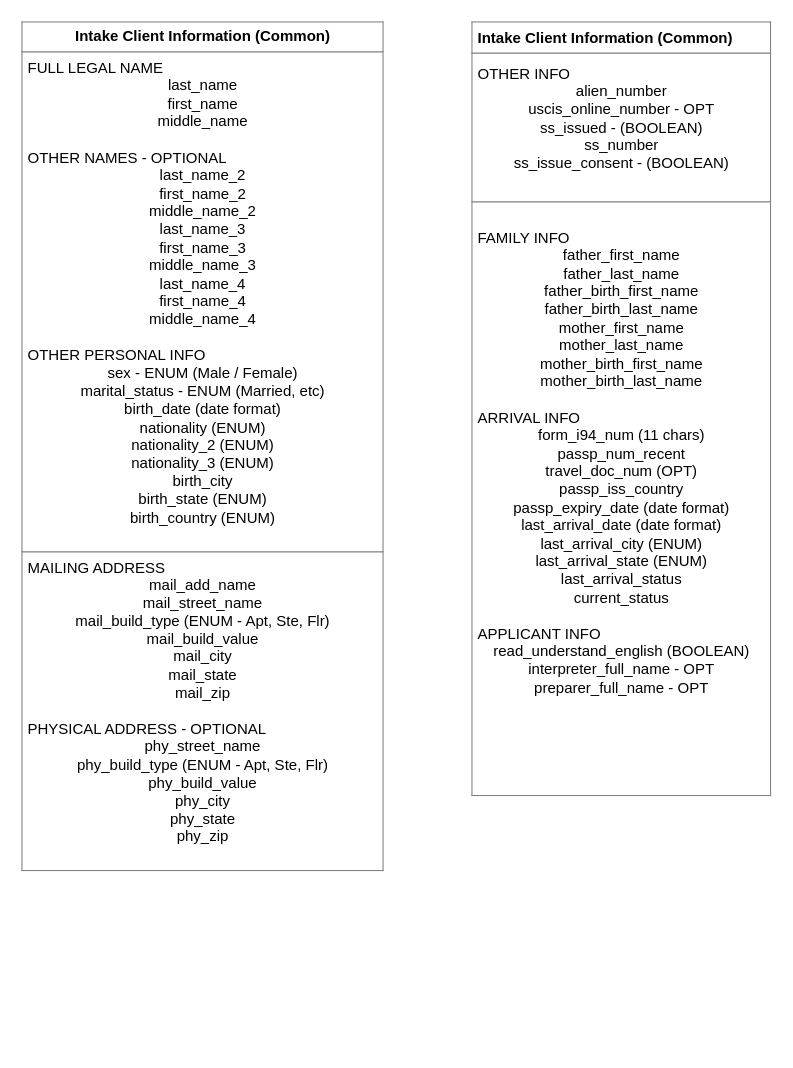
The draw.io diagram page "Client Info Common" (6 of 7) of Architecture.drawio in Nabeel-etx/law-draw-io, before the edit. Source tidied: cells renumbered, new cells numbered last; positions are measured from the earlier drawing's top-left corner, leaving out a move shared by most shapes. Both pictures are drawn from the tidied source at 125%, with x=0, y=0 at pixel (21, 21).
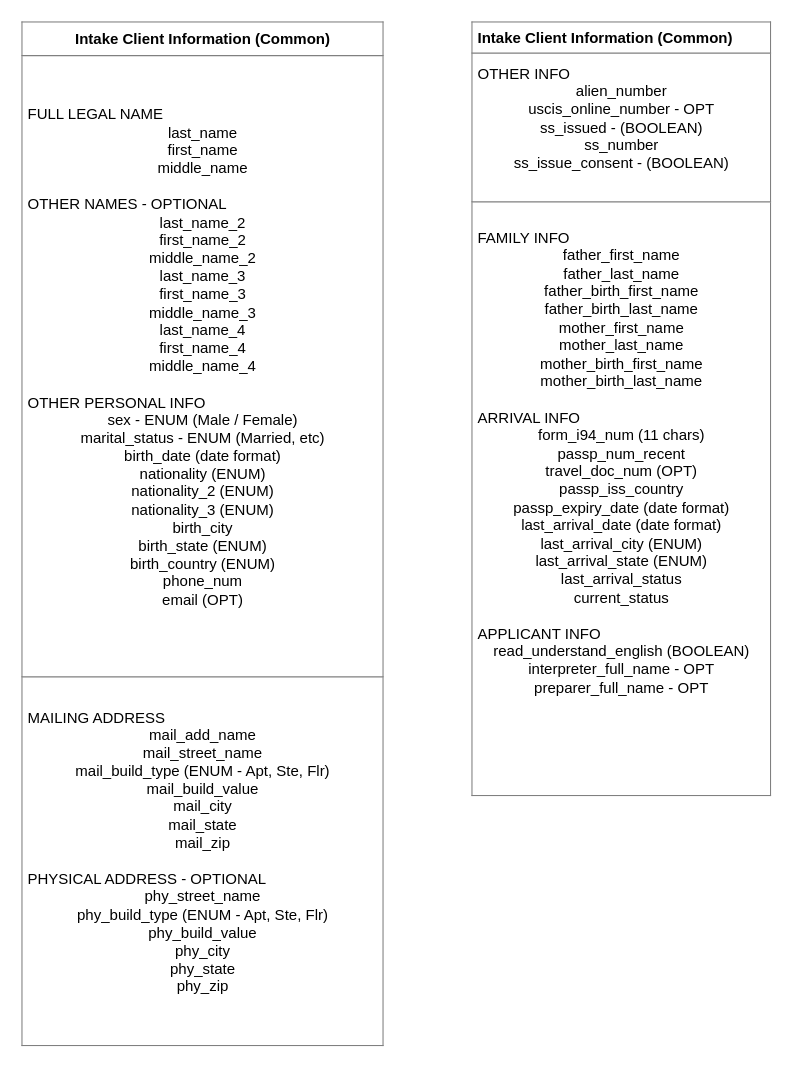
After the change.

What changed in the source:
```diff
@@
 <mxGraphModel>
   <root>
     <mxCell id="0" />
     <mxCell id="1" parent="0" />
-    <mxCell id="2" value="&lt;table border=&quot;1&quot; width=&quot;100%&quot; height=&quot;100%&quot; cellpadding=&quot;4&quot; style=&quot;width:100%;height:100%;border-collapse:collapse;&quot;&gt;&lt;tbody&gt;&lt;tr&gt;&lt;th align=&quot;center&quot;&gt;&lt;b&gt;Intake Client Information (Common)&lt;/b&gt;&lt;/th&gt;&lt;/tr&gt;&lt;tr&gt;&lt;td&gt;&lt;div style=&quot;&quot;&gt;&lt;span style=&quot;background-color: transparent; color: light-dark(rgb(0, 0, 0), rgb(255, 255, 255));&quot;&gt;FULL LEGAL NAME&lt;/span&gt;&lt;/div&gt;&lt;div style=&quot;text-align: center;&quot;&gt;&lt;span style=&quot;background-color: transparent; color: light-dark(rgb(0, 0, 0), rgb(255, 255, 255));&quot;&gt;last_name&lt;/span&gt;&lt;/div&gt;&lt;div style=&quot;text-align: center;&quot;&gt;&lt;span style=&quot;background-color: transparent; color: light-dark(rgb(0, 0, 0), rgb(255, 255, 255));&quot;&gt;first_name&lt;/span&gt;&lt;/div&gt;&lt;div style=&quot;text-align: center;&quot;&gt;&lt;span style=&quot;background-color: transparent; color: light-dark(rgb(0, 0, 0), rgb(255, 255, 255));&quot;&gt;middle_name&lt;/span&gt;&lt;/div&gt;&lt;div style=&quot;text-align: center;&quot;&gt;&lt;br&gt;&lt;/div&gt;&lt;div style=&quot;&quot;&gt;&lt;span style=&quot;background-color: transparent; color: light-dark(rgb(0, 0, 0), rgb(255, 255, 255));&quot;&gt;OTHER NAMES - OPTIONAL&lt;/span&gt;&lt;/div&gt;&lt;div style=&quot;text-align: center;&quot;&gt;&lt;span style=&quot;background-color: transparent; color: light-dark(rgb(0, 0, 0), rgb(255, 255, 255));&quot;&gt;last_name_2&lt;/span&gt;&lt;/div&gt;&lt;div style=&quot;text-align: center;&quot;&gt;&lt;span style=&quot;background-color: transparent; color: light-dark(rgb(0, 0, 0), rgb(255, 255, 255));&quot;&gt;first_name_2&lt;/span&gt;&lt;/div&gt;&lt;div style=&quot;text-align: center;&quot;&gt;&lt;span style=&quot;background-color: transparent; color: light-dark(rgb(0, 0, 0), rgb(255, 255, 255));&quot;&gt;middle_name_2&lt;/span&gt;&lt;/div&gt;&lt;div style=&quot;text-align: center;&quot;&gt;&lt;span style=&quot;background-color: transparent; color: light-dark(rgb(0, 0, 0), rgb(255, 255, 255));&quot;&gt;last_name_3&lt;/span&gt;&lt;/div&gt;&lt;div style=&quot;text-align: center;&quot;&gt;&lt;span style=&quot;background-color: transparent; color: light-dark(rgb(0, 0, 0), rgb(255, 255, 255));&quot;&gt;first_name_3&lt;/span&gt;&lt;/div&gt;&lt;div style=&quot;text-align: center;&quot;&gt;&lt;span style=&quot;background-color: transparent; color: light-dark(rgb(0, 0, 0), rgb(255, 255, 255));&quot;&gt;middle_name_3&lt;/span&gt;&lt;/div&gt;&lt;div style=&quot;text-align: center;&quot;&gt;&lt;span style=&quot;background-color: transparent; color: light-dark(rgb(0, 0, 0), rgb(255, 255, 255));&quot;&gt;last_name_4&lt;/span&gt;&lt;/div&gt;&lt;div style=&quot;text-align: center;&quot;&gt;&lt;span style=&quot;background-color: transparent; color: light-dark(rgb(0, 0, 0), rgb(255, 255, 255));&quot;&gt;first_name_4&lt;/span&gt;&lt;/div&gt;&lt;div style=&quot;text-align: center;&quot;&gt;&lt;span style=&quot;background-color: transparent; color: light-dark(rgb(0, 0, 0), rgb(255, 255, 255));&quot;&gt;middle_name_4&lt;/span&gt;&lt;/div&gt;&lt;div style=&quot;text-align: center;&quot;&gt;&lt;span style=&quot;background-color: transparent; color: light-dark(rgb(0, 0, 0), rgb(255, 255, 255));&quot;&gt;&lt;br&gt;&lt;/span&gt;&lt;/div&gt;&lt;div style=&quot;&quot;&gt;&lt;span style=&quot;background-color: transparent; color: light-dark(rgb(0, 0, 0), rgb(255, 255, 255));&quot;&gt;OTHER PERSONAL INFO&lt;/span&gt;&lt;/div&gt;&lt;div style=&quot;&quot;&gt;&lt;div style=&quot;text-align: center;&quot;&gt;sex - ENUM (Male / Female)&lt;/div&gt;&lt;div style=&quot;text-align: center;&quot;&gt;marital_status - ENUM (Married, etc)&lt;/div&gt;&lt;div style=&quot;text-align: center;&quot;&gt;birth_date (date format)&lt;/div&gt;&lt;div style=&quot;text-align: center;&quot;&gt;nationality (ENUM)&lt;/div&gt;&lt;div style=&quot;text-align: center;&quot;&gt;nationality_2 (ENUM)&lt;/div&gt;&lt;div style=&quot;text-align: center;&quot;&gt;nationality_3 (ENUM)&lt;/div&gt;&lt;div style=&quot;text-align: center;&quot;&gt;&lt;span style=&quot;background-color: transparent; color: light-dark(rgb(0, 0, 0), rgb(255, 255, 255));&quot;&gt;birth_city&lt;/span&gt;&lt;/div&gt;&lt;div style=&quot;text-align: center;&quot;&gt;birth_state (ENUM)&lt;/div&gt;&lt;div style=&quot;text-align: center;&quot;&gt;birth_country (ENUM)&lt;/div&gt;&lt;div style=&quot;text-align: center;&quot;&gt;&lt;br&gt;&lt;/div&gt;&lt;/div&gt;&lt;/td&gt;&lt;/tr&gt;&lt;tr&gt;&lt;td&gt;&lt;div style=&quot;&quot;&gt;&lt;span style=&quot;background-color: transparent; color: light-dark(rgb(0, 0, 0), rgb(255, 255, 255));&quot;&gt;MAILING ADDRESS&lt;/span&gt;&lt;/div&gt;&lt;div style=&quot;text-align: center;&quot;&gt;&lt;span style=&quot;background-color: transparent; color: light-dark(rgb(0, 0, 0), rgb(255, 255, 255));&quot;&gt;mail_add_name&lt;/span&gt;&lt;/div&gt;&lt;div style=&quot;text-align: center;&quot;&gt;&lt;span style=&quot;background-color: transparent; color: light-dark(rgb(0, 0, 0), rgb(255, 255, 255));&quot;&gt;mail_street_name&lt;/span&gt;&lt;/div&gt;&lt;div style=&quot;text-align: center;&quot;&gt;&lt;span style=&quot;background-color: transparent; color: light-dark(rgb(0, 0, 0), rgb(255, 255, 255));&quot;&gt;mail_build_type (ENUM - Apt, Ste, Flr)&lt;/span&gt;&lt;/div&gt;&lt;div style=&quot;text-align: center;&quot;&gt;&lt;span style=&quot;background-color: transparent; color: light-dark(rgb(0, 0, 0), rgb(255, 255, 255));&quot;&gt;mail_build_value&lt;/span&gt;&lt;/div&gt;&lt;div style=&quot;text-align: center;&quot;&gt;&lt;span style=&quot;background-color: transparent; color: light-dark(rgb(0, 0, 0), rgb(255, 255, 255));&quot;&gt;mail_city&lt;/span&gt;&lt;/div&gt;&lt;div style=&quot;text-align: center;&quot;&gt;&lt;span style=&quot;background-color: transparent; color: light-dark(rgb(0, 0, 0), rgb(255, 255, 255));&quot;&gt;mail_state&lt;/span&gt;&lt;/div&gt;&lt;div style=&quot;text-align: center;&quot;&gt;&lt;span style=&quot;background-color: transparent; color: light-dark(rgb(0, 0, 0), rgb(255, 255, 255));&quot;&gt;mail_zip&lt;/span&gt;&lt;/div&gt;&lt;br&gt;&lt;div style=&quot;&quot;&gt;&lt;span style=&quot;background-color: transparent; color: light-dark(rgb(0, 0, 0), rgb(255, 255, 255));&quot;&gt;PHYSICAL ADDRESS - OPTIONAL&lt;/span&gt;&lt;/div&gt;&lt;div style=&quot;text-align: center;&quot;&gt;&lt;span style=&quot;background-color: transparent; color: light-dark(rgb(0, 0, 0), rgb(255, 255, 255));&quot;&gt;phy_street_name&lt;/span&gt;&lt;/div&gt;&lt;div style=&quot;text-align: center;&quot;&gt;&lt;span style=&quot;background-color: transparent; color: light-dark(rgb(0, 0, 0), rgb(255, 255, 255));&quot;&gt;phy_build_type (ENUM - Apt, Ste, Flr)&lt;/span&gt;&lt;/div&gt;&lt;div style=&quot;text-align: center;&quot;&gt;&lt;span style=&quot;background-color: transparent; color: light-dark(rgb(0, 0, 0), rgb(255, 255, 255));&quot;&gt;phy_build_value&lt;/span&gt;&lt;/div&gt;&lt;div style=&quot;text-align: center;&quot;&gt;&lt;span style=&quot;background-color: transparent; color: light-dark(rgb(0, 0, 0), rgb(255, 255, 255));&quot;&gt;phy_city&lt;/span&gt;&lt;/div&gt;&lt;div style=&quot;text-align: center;&quot;&gt;&lt;span style=&quot;background-color: transparent; color: light-dark(rgb(0, 0, 0), rgb(255, 255, 255));&quot;&gt;phy_state&lt;/span&gt;&lt;/div&gt;&lt;div style=&quot;text-align: center;&quot;&gt;&lt;span style=&quot;background-color: transparent; color: light-dark(rgb(0, 0, 0), rgb(255, 255, 255));&quot;&gt;phy_zip&lt;/span&gt;&lt;/div&gt;&lt;br&gt;&lt;/td&gt;&lt;/tr&gt;&lt;/tbody&gt;&lt;/table&gt;" style="text;html=1;whiteSpace=wrap;strokeColor=none;fillColor=none;overflow=fill;" parent="1" vertex="1">
-      <mxGeometry width="290" height="680" as="geometry" />
+    <mxCell id="2" value="&lt;table border=&quot;1&quot; width=&quot;100%&quot; height=&quot;100%&quot; cellpadding=&quot;4&quot; style=&quot;width:100%;height:100%;border-collapse:collapse;&quot;&gt;&lt;tbody&gt;&lt;tr&gt;&lt;th align=&quot;center&quot;&gt;&lt;b&gt;Intake Client Information (Common)&lt;/b&gt;&lt;/th&gt;&lt;/tr&gt;&lt;tr&gt;&lt;td&gt;&lt;div style=&quot;&quot;&gt;&lt;span style=&quot;background-color: transparent; color: light-dark(rgb(0, 0, 0), rgb(255, 255, 255));&quot;&gt;FULL LEGAL NAME&lt;/span&gt;&lt;/div&gt;&lt;div style=&quot;text-align: center;&quot;&gt;&lt;span style=&quot;background-color: transparent; color: light-dark(rgb(0, 0, 0), rgb(255, 255, 255));&quot;&gt;last_name&lt;/span&gt;&lt;/div&gt;&lt;div style=&quot;text-align: center;&quot;&gt;&lt;span style=&quot;background-color: transparent; color: light-dark(rgb(0, 0, 0), rgb(255, 255, 255));&quot;&gt;first_name&lt;/span&gt;&lt;/div&gt;&lt;div style=&quot;text-align: center;&quot;&gt;&lt;span style=&quot;background-color: transparent; color: light-dark(rgb(0, 0, 0), rgb(255, 255, 255));&quot;&gt;middle_name&lt;/span&gt;&lt;/div&gt;&lt;div style=&quot;text-align: center;&quot;&gt;&lt;br&gt;&lt;/div&gt;&lt;div style=&quot;&quot;&gt;&lt;span style=&quot;background-color: transparent; color: light-dark(rgb(0, 0, 0), rgb(255, 255, 255));&quot;&gt;OTHER NAMES - OPTIONAL&lt;/span&gt;&lt;/div&gt;&lt;div style=&quot;text-align: center;&quot;&gt;&lt;span style=&quot;background-color: transparent; color: light-dark(rgb(0, 0, 0), rgb(255, 255, 255));&quot;&gt;last_name_2&lt;/span&gt;&lt;/div&gt;&lt;div style=&quot;text-align: center;&quot;&gt;&lt;span style=&quot;background-color: transparent; color: light-dark(rgb(0, 0, 0), rgb(255, 255, 255));&quot;&gt;first_name_2&lt;/span&gt;&lt;/div&gt;&lt;div style=&quot;text-align: center;&quot;&gt;&lt;span style=&quot;background-color: transparent; color: light-dark(rgb(0, 0, 0), rgb(255, 255, 255));&quot;&gt;middle_name_2&lt;/span&gt;&lt;/div&gt;&lt;div style=&quot;text-align: center;&quot;&gt;&lt;span style=&quot;background-color: transparent; color: light-dark(rgb(0, 0, 0), rgb(255, 255, 255));&quot;&gt;last_name_3&lt;/span&gt;&lt;/div&gt;&lt;div style=&quot;text-align: center;&quot;&gt;&lt;span style=&quot;background-color: transparent; color: light-dark(rgb(0, 0, 0), rgb(255, 255, 255));&quot;&gt;first_name_3&lt;/span&gt;&lt;/div&gt;&lt;div style=&quot;text-align: center;&quot;&gt;&lt;span style=&quot;background-color: transparent; color: light-dark(rgb(0, 0, 0), rgb(255, 255, 255));&quot;&gt;middle_name_3&lt;/span&gt;&lt;/div&gt;&lt;div style=&quot;text-align: center;&quot;&gt;&lt;span style=&quot;background-color: transparent; color: light-dark(rgb(0, 0, 0), rgb(255, 255, 255));&quot;&gt;last_name_4&lt;/span&gt;&lt;/div&gt;&lt;div style=&quot;text-align: center;&quot;&gt;&lt;span style=&quot;background-color: transparent; color: light-dark(rgb(0, 0, 0), rgb(255, 255, 255));&quot;&gt;first_name_4&lt;/span&gt;&lt;/div&gt;&lt;div style=&quot;text-align: center;&quot;&gt;&lt;span style=&quot;background-color: transparent; color: light-dark(rgb(0, 0, 0), rgb(255, 255, 255));&quot;&gt;middle_name_4&lt;/span&gt;&lt;/div&gt;&lt;div style=&quot;text-align: center;&quot;&gt;&lt;span style=&quot;background-color: transparent; color: light-dark(rgb(0, 0, 0), rgb(255, 255, 255));&quot;&gt;&lt;br&gt;&lt;/span&gt;&lt;/div&gt;&lt;div style=&quot;&quot;&gt;&lt;span style=&quot;background-color: transparent; color: light-dark(rgb(0, 0, 0), rgb(255, 255, 255));&quot;&gt;OTHER PERSONAL INFO&lt;/span&gt;&lt;/div&gt;&lt;div style=&quot;&quot;&gt;&lt;div style=&quot;text-align: center;&quot;&gt;sex - ENUM (Male / Female)&lt;/div&gt;&lt;div style=&quot;text-align: center;&quot;&gt;marital_status - ENUM (Married, etc)&lt;/div&gt;&lt;div style=&quot;text-align: center;&quot;&gt;birth_date (date format)&lt;/div&gt;&lt;div style=&quot;text-align: center;&quot;&gt;nationality (ENUM)&lt;/div&gt;&lt;div style=&quot;text-align: center;&quot;&gt;nationality_2 (ENUM)&lt;/div&gt;&lt;div style=&quot;text-align: center;&quot;&gt;nationality_3 (ENUM)&lt;/div&gt;&lt;div style=&quot;text-align: center;&quot;&gt;&lt;span style=&quot;background-color: transparent; color: light-dark(rgb(0, 0, 0), rgb(255, 255, 255));&quot;&gt;birth_city&lt;/span&gt;&lt;/div&gt;&lt;div style=&quot;text-align: center;&quot;&gt;birth_state (ENUM)&lt;/div&gt;&lt;div style=&quot;text-align: center;&quot;&gt;birth_country (ENUM)&lt;/div&gt;&lt;div style=&quot;text-align: center;&quot;&gt;phone_num&lt;/div&gt;&lt;div style=&quot;text-align: center;&quot;&gt;email (OPT)&lt;/div&gt;&lt;div style=&quot;text-align: center;&quot;&gt;&lt;br&gt;&lt;/div&gt;&lt;/div&gt;&lt;/td&gt;&lt;/tr&gt;&lt;tr&gt;&lt;td&gt;&lt;div style=&quot;&quot;&gt;&lt;span style=&quot;background-color: transparent; color: light-dark(rgb(0, 0, 0), rgb(255, 255, 255));&quot;&gt;MAILING ADDRESS&lt;/span&gt;&lt;/div&gt;&lt;div style=&quot;text-align: center;&quot;&gt;&lt;span style=&quot;background-color: transparent; color: light-dark(rgb(0, 0, 0), rgb(255, 255, 255));&quot;&gt;mail_add_name&lt;/span&gt;&lt;/div&gt;&lt;div style=&quot;text-align: center;&quot;&gt;&lt;span style=&quot;background-color: transparent; color: light-dark(rgb(0, 0, 0), rgb(255, 255, 255));&quot;&gt;mail_street_name&lt;/span&gt;&lt;/div&gt;&lt;div style=&quot;text-align: center;&quot;&gt;&lt;span style=&quot;background-color: transparent; color: light-dark(rgb(0, 0, 0), rgb(255, 255, 255));&quot;&gt;mail_build_type (ENUM - Apt, Ste, Flr)&lt;/span&gt;&lt;/div&gt;&lt;div style=&quot;text-align: center;&quot;&gt;&lt;span style=&quot;background-color: transparent; color: light-dark(rgb(0, 0, 0), rgb(255, 255, 255));&quot;&gt;mail_build_value&lt;/span&gt;&lt;/div&gt;&lt;div style=&quot;text-align: center;&quot;&gt;&lt;span style=&quot;background-color: transparent; color: light-dark(rgb(0, 0, 0), rgb(255, 255, 255));&quot;&gt;mail_city&lt;/span&gt;&lt;/div&gt;&lt;div style=&quot;text-align: center;&quot;&gt;&lt;span style=&quot;background-color: transparent; color: light-dark(rgb(0, 0, 0), rgb(255, 255, 255));&quot;&gt;mail_state&lt;/span&gt;&lt;/div&gt;&lt;div style=&quot;text-align: center;&quot;&gt;&lt;span style=&quot;background-color: transparent; color: light-dark(rgb(0, 0, 0), rgb(255, 255, 255));&quot;&gt;mail_zip&lt;/span&gt;&lt;/div&gt;&lt;br&gt;&lt;div style=&quot;&quot;&gt;&lt;span style=&quot;background-color: transparent; color: light-dark(rgb(0, 0, 0), rgb(255, 255, 255));&quot;&gt;PHYSICAL ADDRESS - OPTIONAL&lt;/span&gt;&lt;/div&gt;&lt;div style=&quot;text-align: center;&quot;&gt;&lt;span style=&quot;background-color: transparent; color: light-dark(rgb(0, 0, 0), rgb(255, 255, 255));&quot;&gt;phy_street_name&lt;/span&gt;&lt;/div&gt;&lt;div style=&quot;text-align: center;&quot;&gt;&lt;span style=&quot;background-color: transparent; color: light-dark(rgb(0, 0, 0), rgb(255, 255, 255));&quot;&gt;phy_build_type (ENUM - Apt, Ste, Flr)&lt;/span&gt;&lt;/div&gt;&lt;div style=&quot;text-align: center;&quot;&gt;&lt;span style=&quot;background-color: transparent; color: light-dark(rgb(0, 0, 0), rgb(255, 255, 255));&quot;&gt;phy_build_value&lt;/span&gt;&lt;/div&gt;&lt;div style=&quot;text-align: center;&quot;&gt;&lt;span style=&quot;background-color: transparent; color: light-dark(rgb(0, 0, 0), rgb(255, 255, 255));&quot;&gt;phy_city&lt;/span&gt;&lt;/div&gt;&lt;div style=&quot;text-align: center;&quot;&gt;&lt;span style=&quot;background-color: transparent; color: light-dark(rgb(0, 0, 0), rgb(255, 255, 255));&quot;&gt;phy_state&lt;/span&gt;&lt;/div&gt;&lt;div style=&quot;text-align: center;&quot;&gt;&lt;span style=&quot;background-color: transparent; color: light-dark(rgb(0, 0, 0), rgb(255, 255, 255));&quot;&gt;phy_zip&lt;/span&gt;&lt;/div&gt;&lt;br&gt;&lt;/td&gt;&lt;/tr&gt;&lt;/tbody&gt;&lt;/table&gt;" style="text;html=1;whiteSpace=wrap;strokeColor=none;fillColor=none;overflow=fill;" parent="1" vertex="1">
+      <mxGeometry width="290" height="820" as="geometry" />
     </mxCell>
     <mxCell id="3" value="&lt;table border=&quot;1&quot; width=&quot;100%&quot; height=&quot;100%&quot; cellpadding=&quot;4&quot; style=&quot;width:100%;height:100%;border-collapse:collapse;&quot;&gt;&lt;tbody&gt;&lt;tr&gt;&lt;th&gt;&lt;b&gt;Intake Client Information (Common)&lt;/b&gt;&lt;/th&gt;&lt;/tr&gt;&lt;tr&gt;&lt;td&gt;&lt;div style=&quot;&quot;&gt;OTHER INFO&lt;/div&gt;&lt;div style=&quot;text-align: center;&quot;&gt;alien_number&lt;/div&gt;&lt;div style=&quot;text-align: center;&quot;&gt;uscis_online_number - OPT&lt;/div&gt;&lt;div style=&quot;text-align: center;&quot;&gt;&lt;span style=&quot;background-color: transparent; color: light-dark(rgb(0, 0, 0), rgb(255, 255, 255));&quot;&gt;ss_issued - (BOOLEAN)&lt;/span&gt;&lt;/div&gt;&lt;div style=&quot;text-align: center;&quot;&gt;&lt;span style=&quot;background-color: transparent; color: light-dark(rgb(0, 0, 0), rgb(255, 255, 255));&quot;&gt;ss_number&lt;/span&gt;&lt;/div&gt;&lt;div style=&quot;text-align: center;&quot;&gt;&lt;span style=&quot;background-color: transparent; color: light-dark(rgb(0, 0, 0), rgb(255, 255, 255));&quot;&gt;ss_issue_consent - (BOOLEAN)&lt;/span&gt;&lt;/div&gt;&lt;br&gt;&lt;/td&gt;&lt;/tr&gt;&lt;tr&gt;&lt;td&gt;&lt;div style=&quot;&quot;&gt;&lt;span style=&quot;background-color: transparent; color: light-dark(rgb(0, 0, 0), rgb(255, 255, 255));&quot;&gt;FAMILY INFO&lt;/span&gt;&lt;/div&gt;&lt;div style=&quot;text-align: center;&quot;&gt;&lt;span style=&quot;background-color: transparent; color: light-dark(rgb(0, 0, 0), rgb(255, 255, 255));&quot;&gt;father_first_name&lt;/span&gt;&lt;/div&gt;&lt;div style=&quot;text-align: center;&quot;&gt;&lt;span style=&quot;background-color: transparent; color: light-dark(rgb(0, 0, 0), rgb(255, 255, 255));&quot;&gt;father_last_name&lt;/span&gt;&lt;/div&gt;&lt;div style=&quot;text-align: center;&quot;&gt;&lt;span style=&quot;background-color: transparent; color: light-dark(rgb(0, 0, 0), rgb(255, 255, 255));&quot;&gt;father_birth_first_name&lt;/span&gt;&lt;/div&gt;&lt;div style=&quot;text-align: center;&quot;&gt;&lt;span style=&quot;background-color: transparent; color: light-dark(rgb(0, 0, 0), rgb(255, 255, 255));&quot;&gt;father_birth_last_name&lt;/span&gt;&lt;/div&gt;&lt;div style=&quot;text-align: center;&quot;&gt;&lt;span style=&quot;background-color: transparent; color: light-dark(rgb(0, 0, 0), rgb(255, 255, 255));&quot;&gt;mother_first_name&lt;/span&gt;&lt;/div&gt;&lt;div style=&quot;text-align: center;&quot;&gt;&lt;span style=&quot;background-color: transparent; color: light-dark(rgb(0, 0, 0), rgb(255, 255, 255));&quot;&gt;mother_last_name&lt;/span&gt;&lt;/div&gt;&lt;div style=&quot;text-align: center;&quot;&gt;mother_birth_first_name&lt;/div&gt;&lt;div style=&quot;text-align: center;&quot;&gt;mother_birth_last_name&lt;/div&gt;&lt;div style=&quot;text-align: center;&quot;&gt;&lt;br&gt;&lt;/div&gt;&lt;div style=&quot;&quot;&gt;ARRIVAL INFO&lt;/div&gt;&lt;div style=&quot;text-align: center;&quot;&gt;form_i94_num (11 chars)&lt;/div&gt;&lt;div style=&quot;text-align: center;&quot;&gt;passp_num_recent&lt;/div&gt;&lt;div style=&quot;text-align: center;&quot;&gt;travel_doc_num (OPT)&lt;/div&gt;&lt;div style=&quot;text-align: center;&quot;&gt;passp_iss_country&lt;/div&gt;&lt;div style=&quot;text-align: center;&quot;&gt;passp_expiry_date (date format)&lt;/div&gt;&lt;div style=&quot;text-align: center;&quot;&gt;last_arrival_date (date format)&lt;/div&gt;&lt;div style=&quot;text-align: center;&quot;&gt;last_arrival_city (ENUM)&lt;/div&gt;&lt;div style=&quot;text-align: center;&quot;&gt;last_arrival_state (ENUM)&lt;/div&gt;&lt;div style=&quot;text-align: center;&quot;&gt;last_arrival_status&lt;/div&gt;&lt;div style=&quot;text-align: center;&quot;&gt;current_status&lt;/div&gt;&lt;div style=&quot;text-align: center;&quot;&gt;&lt;br&gt;&lt;/div&gt;&lt;div style=&quot;&quot;&gt;APPLICANT INFO&lt;/div&gt;&lt;div style=&quot;text-align: center;&quot;&gt;read_understand_english (BOOLEAN)&lt;/div&gt;&lt;div style=&quot;text-align: center;&quot;&gt;interpreter_full_name - OPT&lt;/div&gt;&lt;div style=&quot;text-align: center;&quot;&gt;preparer_full_name - OPT&lt;/div&gt;&lt;div style=&quot;&quot;&gt;&lt;span style=&quot;background-color: transparent; color: light-dark(rgb(0, 0, 0), rgb(255, 255, 255));&quot;&gt;&lt;br&gt;&lt;/span&gt;&lt;/div&gt;&lt;div style=&quot;&quot;&gt;&lt;span style=&quot;background-color: transparent; color: light-dark(rgb(0, 0, 0), rgb(255, 255, 255));&quot;&gt;&lt;br&gt;&lt;/span&gt;&lt;/div&gt;&lt;div style=&quot;&quot;&gt;&lt;span style=&quot;background-color: transparent; color: light-dark(rgb(0, 0, 0), rgb(255, 255, 255));&quot;&gt;&lt;br&gt;&lt;/span&gt;&lt;/div&gt;&lt;br&gt;&lt;/td&gt;&lt;/tr&gt;&lt;/tbody&gt;&lt;/table&gt;" style="text;html=1;whiteSpace=wrap;strokeColor=none;fillColor=none;overflow=fill;align=left;" parent="1" vertex="1">
       <mxGeometry x="360" width="240" height="620" as="geometry" />
     </mxCell>
   </root>
 </mxGraphModel>
```
